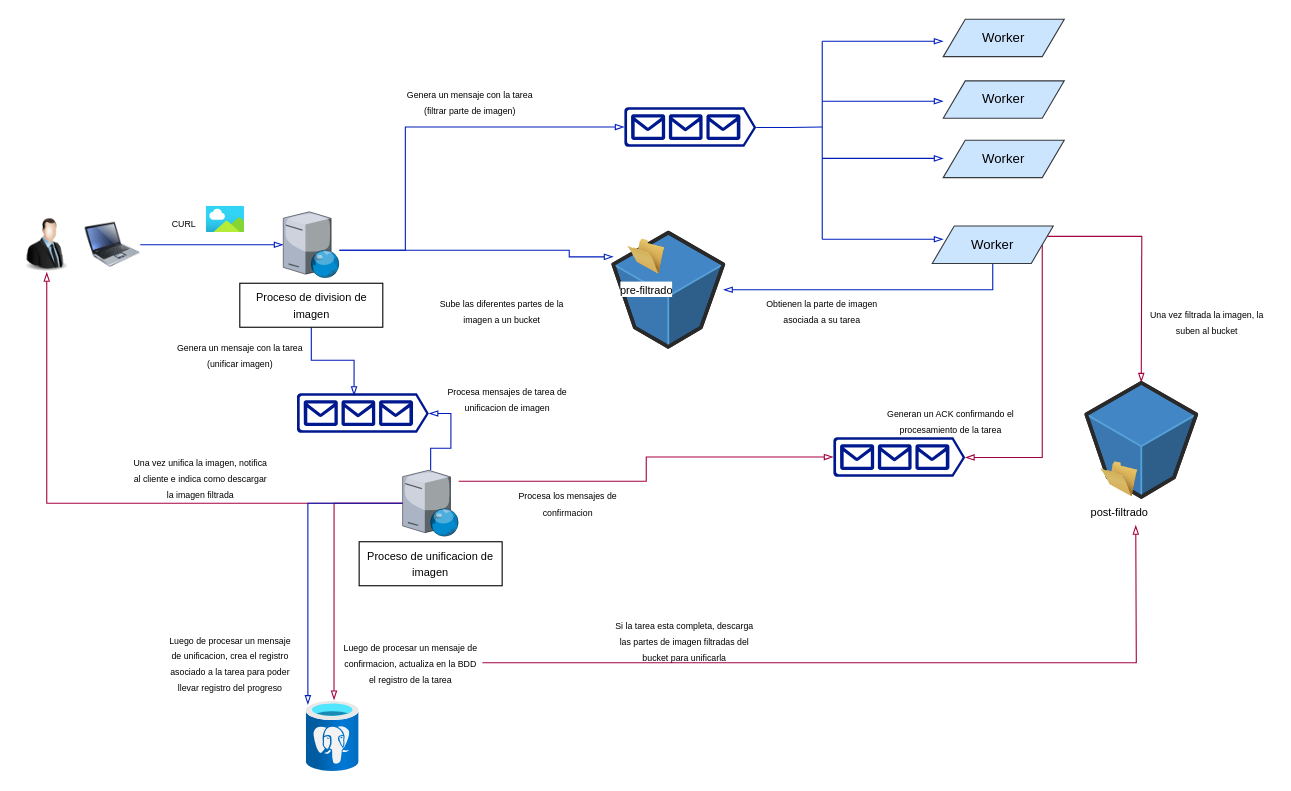
Earlier version of the draw.io diagram practica2/2-Sobel/DistributedSobel/Diagrama arquitectura.drawio (matiasgimenezdev/sistemas-distribuidos). Source tidied: cells renumbered, new cells numbered last; positions are measured from the earlier drawing's top-left corner, leaving out a move shared by most shapes. Both pictures are drawn from the tidied source at 110%, with x=0, y=0 at pixel (19, 19).
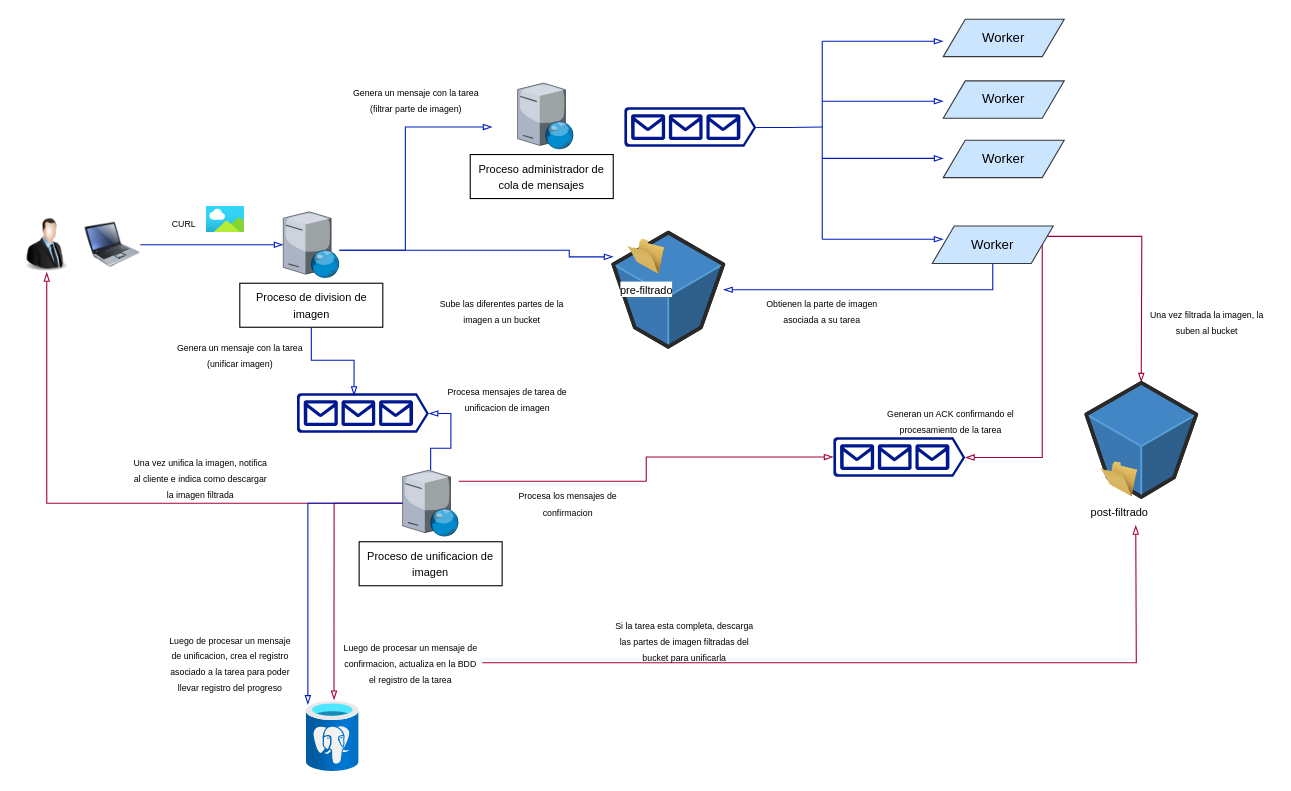
The same page after the edit.

The change refers to these unchanged cells:
```xml
<mxCell id="7" style="verticalLabelPosition=bottom;sketch=0;html=1;verticalAlign=top;strokeColor=none;align=center;outlineConnect=0;shape=mxgraph.citrix.web_server;" parent="1" vertex="1">
  <mxGeometry x="240" y="175" width="51" height="60" as="geometry" />
</mxCell>
<mxCell id="9" style="sketch=0;shadow=0;dashed=0;html=1;strokeColor=none;labelPosition=center;verticalLabelPosition=bottom;verticalAlign=top;align=center;fillColor=#00188D;shape=mxgraph.azure.queue_generic;" parent="1" vertex="1">
  <mxGeometry x="550" y="80" width="120" height="36" as="geometry" />
</mxCell>
```

The edit, as a diff of the source:
```diff
@@
-    <mxCell id="5" style="edgeStyle=orthogonalEdgeStyle;rounded=0;jettySize=auto;html=1;entryX=0;entryY=0.5;entryDx=0;entryDy=0;entryPerimeter=0;endArrow=blockThin;endFill=0;fillColor=#0050ef;strokeColor=#001DBC;" parent="1" edge="1" source="7" target="9">
+    <mxCell id="5" style="edgeStyle=orthogonalEdgeStyle;rounded=0;jettySize=auto;html=1;endArrow=blockThin;endFill=0;fillColor=#0050ef;strokeColor=#001DBC;" parent="1" edge="1" source="7">
       <mxGeometry relative="1" as="geometry">
+        <mxPoint x="430" y="98" as="targetPoint" />
         <Array as="points">
           <mxPoint x="351" y="210" />
           <mxPoint x="351" y="98" />
         </Array>
       </mxGeometry>
     </mxCell>
@@
     <mxCell id="22" value="&lt;font style=&quot;font-size: 8px;&quot;&gt;Genera un mensaje con la tarea (filtrar parte de imagen)&lt;/font&gt;" style="text;html=1;strokeColor=none;fillColor=none;align=center;verticalAlign=middle;whiteSpace=wrap;rounded=0;" parent="1" vertex="1">
-      <mxGeometry x="350" y="60" width="120" height="30" as="geometry" />
+      <mxGeometry x="301" y="58" width="120" height="30" as="geometry" />
     </mxCell>
@@
+    <mxCell id="53" style="verticalLabelPosition=bottom;sketch=0;html=1;verticalAlign=top;strokeColor=none;align=center;shape=mxgraph.citrix.web_server;" parent="1" vertex="1">
+      <mxGeometry x="453" y="58" width="51" height="60" as="geometry" />
+    </mxCell>
+    <mxCell id="54" value="&lt;span style=&quot;font-size: 10px;&quot;&gt;Proceso administrador de cola de mensajes&lt;/span&gt;" style="rounded=0;whiteSpace=wrap;html=1;" parent="1" vertex="1">
+      <mxGeometry x="410" y="123" width="130" height="40" as="geometry" />
+    </mxCell>
```
